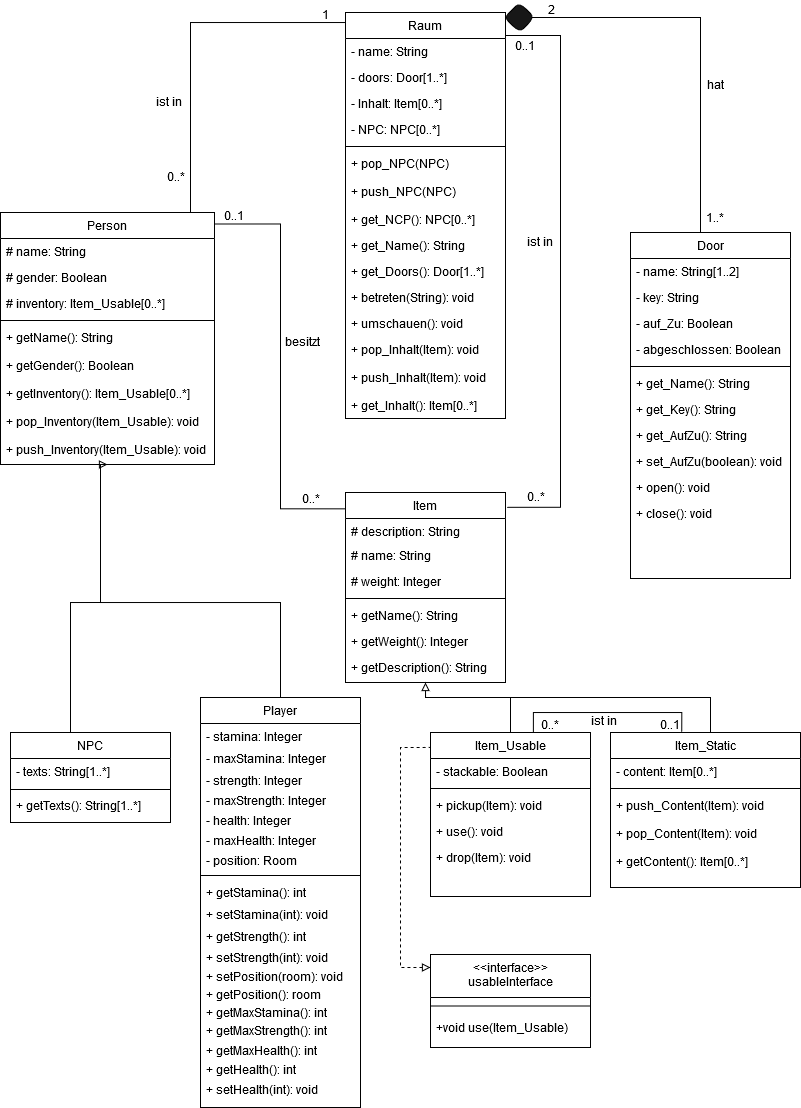
Before: Klassendiagram.png, a diagram exported from draw.io (Elegond/AE-Text-Adventure). Source tidied: cells renumbered, new cells last; positions are measured from the earlier drawing's top-left corner, leaving out a move shared by most shapes.
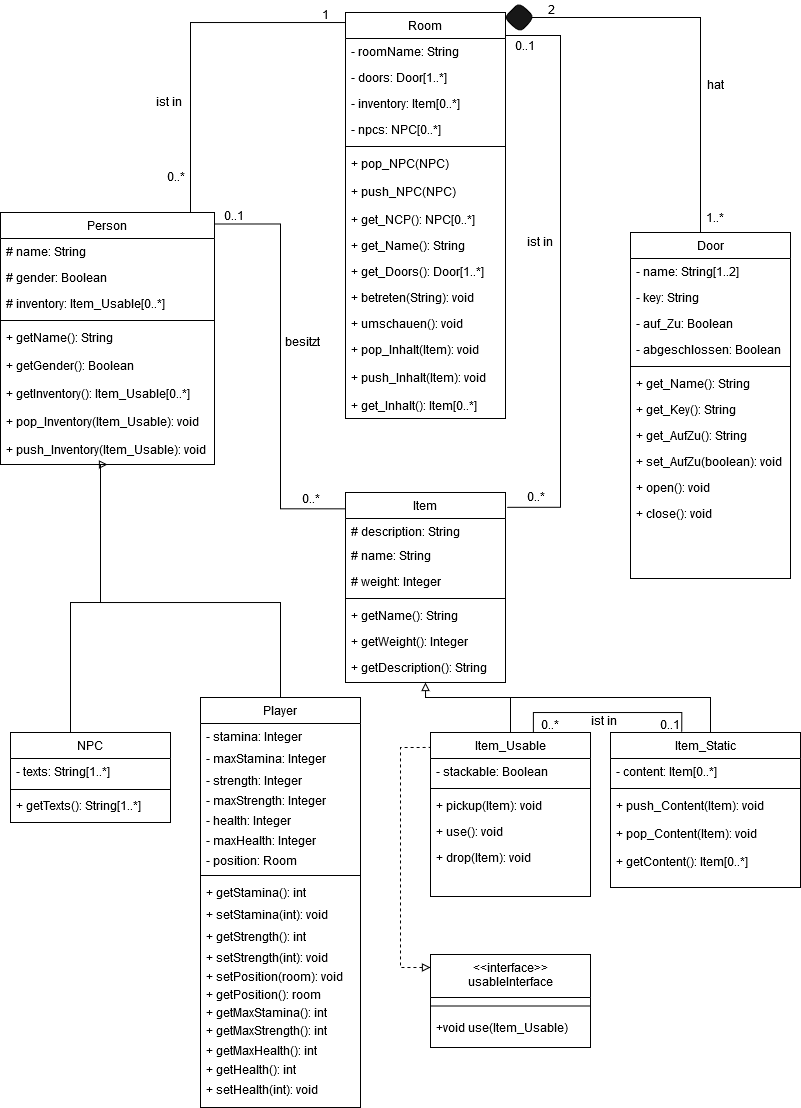
The same diagram one commit later.

What changed in the source:
```diff
@@ -40,19 +40,19 @@
     <mxCell id="12" value="+ push_Inventory(Item_Usable): void" style="text;align=left;verticalAlign=top;spacingLeft=4;spacingRight=4;overflow=hidden;" parent="3" vertex="1">
       <mxGeometry y="224" width="214" height="28" as="geometry" />
     </mxCell>
-    <mxCell id="13" value="Raum" style="swimlane;fontStyle=0;align=center;verticalAlign=top;horizontal=1;startSize=26;rounded=0;shadow=0;strokeWidth=1;" parent="1" vertex="1">
+    <mxCell id="13" value="Room" style="swimlane;fontStyle=0;align=center;verticalAlign=top;horizontal=1;startSize=26;rounded=0;shadow=0;strokeWidth=1;" parent="1" vertex="1">
       <mxGeometry x="345" y="12" width="160" height="406" as="geometry" />
     </mxCell>
-    <mxCell id="14" value="- name: String" style="text;align=left;verticalAlign=top;spacingLeft=4;spacingRight=4;overflow=hidden;" parent="13" vertex="1">
+    <mxCell id="14" value="- roomName: String" style="text;align=left;verticalAlign=top;spacingLeft=4;spacingRight=4;overflow=hidden;" parent="13" vertex="1">
       <mxGeometry y="26" width="160" height="26" as="geometry" />
     </mxCell>
     <mxCell id="15" value="- doors: Door[1..*]" style="text;align=left;verticalAlign=top;spacingLeft=4;spacingRight=4;overflow=hidden;" parent="13" vertex="1">
       <mxGeometry y="52" width="160" height="26" as="geometry" />
     </mxCell>
-    <mxCell id="16" value="- Inhalt: Item[0..*]" style="text;align=left;verticalAlign=top;spacingLeft=4;spacingRight=4;overflow=hidden;" parent="13" vertex="1">
+    <mxCell id="16" value="- inventory: Item[0..*]" style="text;align=left;verticalAlign=top;spacingLeft=4;spacingRight=4;overflow=hidden;" parent="13" vertex="1">
       <mxGeometry y="78" width="160" height="26" as="geometry" />
     </mxCell>
-    <mxCell id="17" value="- NPC: NPC[0..*]" style="text;align=left;verticalAlign=top;spacingLeft=4;spacingRight=4;overflow=hidden;" parent="13" vertex="1">
+    <mxCell id="17" value="- npcs: NPC[0..*]" style="text;align=left;verticalAlign=top;spacingLeft=4;spacingRight=4;overflow=hidden;" parent="13" vertex="1">
       <mxGeometry y="104" width="160" height="26" as="geometry" />
     </mxCell>
     <mxCell id="18" style="line;html=1;strokeWidth=1;align=left;verticalAlign=middle;spacingTop=-1;spacingLeft=3;spacingRight=3;labelPosition=right;" parent="13" vertex="1">
```
